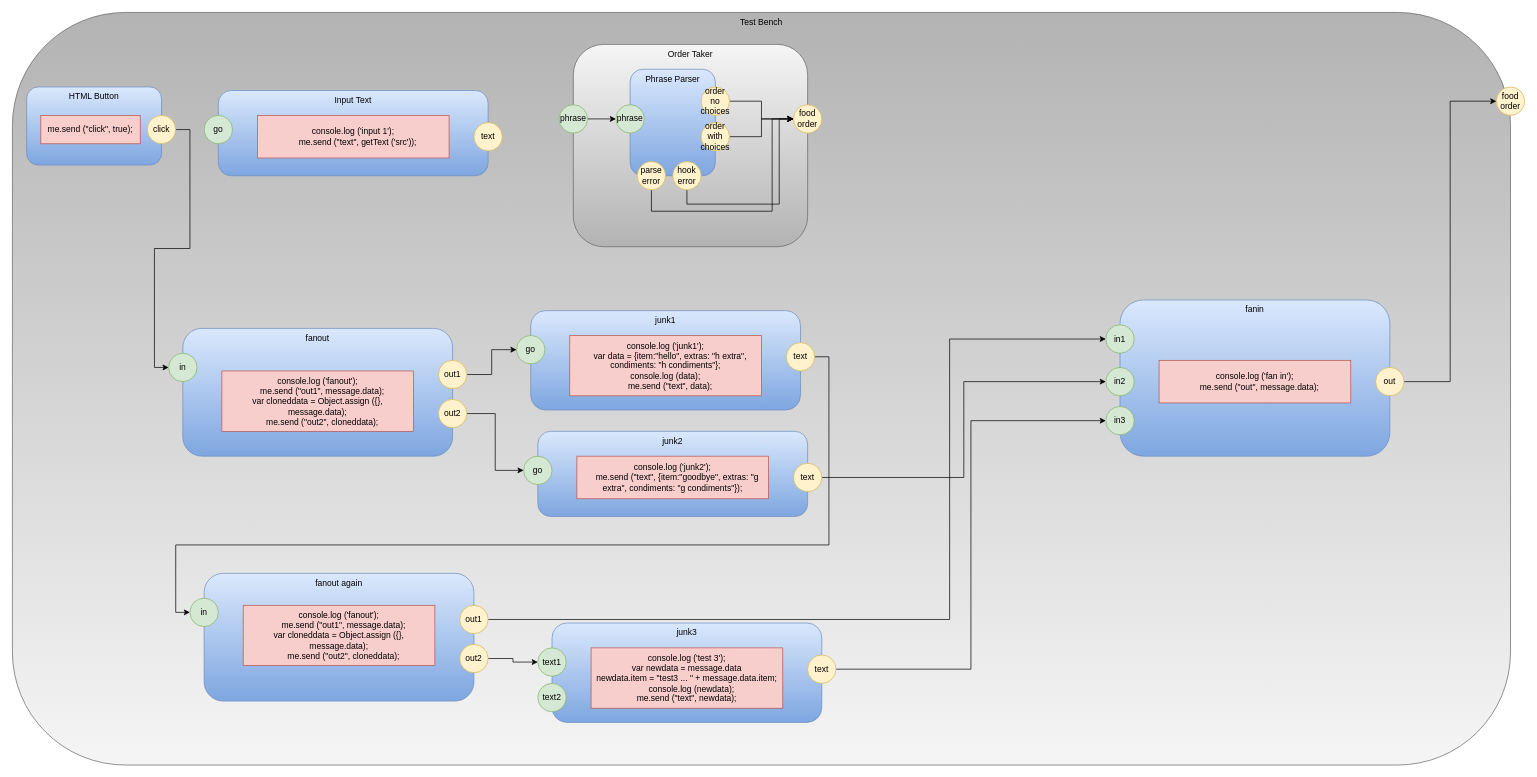
guitarvydas/hamburgerworkbenchD0D keeps this draw.io diagram as testbench.drawio. Above is the earlier version. Source tidied: cells renumbered, new cells numbered last; positions are measured from the earlier drawing's top-left corner, leaving out a move shared by most shapes. Both pictures are drawn from the tidied source at 71%, with x=0, y=0 at pixel (12, 12).
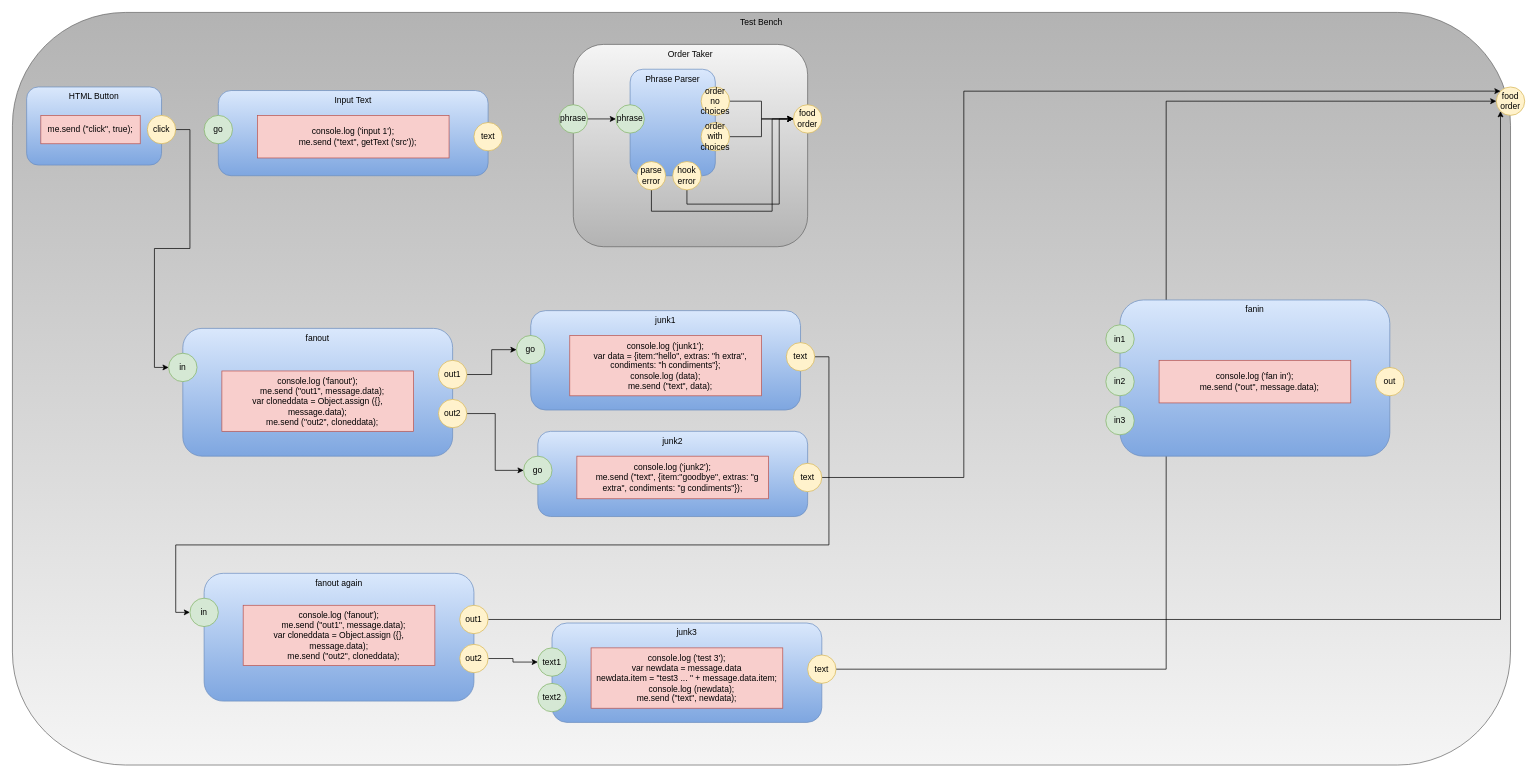
After the change.

The change refers to these unchanged cells:
```xml
<mxCell id="13" value="food order" style="ellipse;whiteSpace=wrap;html=1;fillColor=#fff2cc;strokeColor=#d6b656;" parent="1" vertex="1">
  <mxGeometry x="2090" y="105" width="40" height="40" as="geometry" />
</mxCell>
<mxCell id="33" value="text" style="ellipse;whiteSpace=wrap;html=1;fillColor=#fff2cc;strokeColor=#d6b656;" parent="1" vertex="1">
  <mxGeometry x="1100" y="635" width="40" height="40" as="geometry" />
</mxCell>
<mxCell id="38" value="text" style="ellipse;whiteSpace=wrap;html=1;fillColor=#fff2cc;strokeColor=#d6b656;" parent="1" vertex="1">
  <mxGeometry x="1120" y="905" width="40" height="40" as="geometry" />
</mxCell>
<mxCell id="51" value="out1" style="ellipse;whiteSpace=wrap;html=1;fillColor=#fff2cc;strokeColor=#d6b656;" parent="1" vertex="1">
  <mxGeometry x="630" y="835" width="40" height="40" as="geometry" />
</mxCell>
<mxCell id="57" value="out" style="ellipse;whiteSpace=wrap;html=1;fillColor=#fff2cc;strokeColor=#d6b656;" parent="1" vertex="1">
  <mxGeometry x="1920" y="500" width="40" height="40" as="geometry" />
</mxCell>
<mxCell id="58" value="in1" style="ellipse;whiteSpace=wrap;html=1;fillColor=#d5e8d4;strokeColor=#82b366;" parent="1" vertex="1">
  <mxGeometry x="1540" y="440" width="40" height="40" as="geometry" />
</mxCell>
<mxCell id="60" value="in2" style="ellipse;whiteSpace=wrap;html=1;fillColor=#d5e8d4;strokeColor=#82b366;" parent="1" vertex="1">
  <mxGeometry x="1540" y="500" width="40" height="40" as="geometry" />
</mxCell>
<mxCell id="61" value="in3" style="ellipse;whiteSpace=wrap;html=1;fillColor=#d5e8d4;strokeColor=#82b366;" parent="1" vertex="1">
  <mxGeometry x="1540" y="555" width="40" height="40" as="geometry" />
</mxCell>
```

The edit, as a diff of the source:
```diff
@@
-    <mxCell id="32" style="edgeStyle=orthogonalEdgeStyle;rounded=0;jettySize=auto;html=1;exitX=1;exitY=0.5;exitDx=0;exitDy=0;entryX=0;entryY=0.5;entryDx=0;entryDy=0;" parent="1" edge="1" source="33" target="60">
-      <mxGeometry relative="1" as="geometry" />
-    </mxCell>
+    <mxCell id="63" style="edgeStyle=orthogonalEdgeStyle;rounded=0;jettySize=auto;html=1;exitX=1;exitY=0.5;exitDx=0;exitDy=0;entryX=0;entryY=0;entryDx=0;entryDy=0;" parent="1" edge="1" source="33" target="13">
+      <mxGeometry relative="1" as="geometry">
+        <Array as="points">
+          <mxPoint x="1340" y="655" />
+          <mxPoint x="1340" y="111" />
+        </Array>
+      </mxGeometry>
+    </mxCell>
@@
-    <mxCell id="37" style="edgeStyle=orthogonalEdgeStyle;rounded=0;jettySize=auto;html=1;exitX=1;exitY=0.5;exitDx=0;exitDy=0;entryX=0;entryY=0.5;entryDx=0;entryDy=0;" parent="1" edge="1" source="38" target="61">
-      <mxGeometry relative="1" as="geometry" />
-    </mxCell>
+    <mxCell id="64" style="edgeStyle=orthogonalEdgeStyle;rounded=0;jettySize=auto;html=1;exitX=1;exitY=0.5;exitDx=0;exitDy=0;entryX=0;entryY=0.5;entryDx=0;entryDy=0;" parent="1" edge="1" source="38" target="13">
+      <mxGeometry relative="1" as="geometry" />
+    </mxCell>
@@
-    <mxCell id="50" style="edgeStyle=orthogonalEdgeStyle;rounded=0;jettySize=auto;html=1;exitX=1;exitY=0.5;exitDx=0;exitDy=0;entryX=0;entryY=0.5;entryDx=0;entryDy=0;" parent="1" edge="1" source="51" target="58">
-      <mxGeometry relative="1" as="geometry">
-        <Array as="points">
-          <mxPoint x="1320" y="855" />
-          <mxPoint x="1320" y="460" />
-        </Array>
-      </mxGeometry>
-    </mxCell>
+    <mxCell id="65" style="edgeStyle=orthogonalEdgeStyle;rounded=0;jettySize=auto;html=1;exitX=1;exitY=0.5;exitDx=0;exitDy=0;entryX=0;entryY=1;entryDx=0;entryDy=0;" parent="1" edge="1" source="51" target="13">
+      <mxGeometry relative="1" as="geometry" />
+    </mxCell>
@@
-    <mxCell id="56" style="edgeStyle=orthogonalEdgeStyle;rounded=0;jettySize=auto;html=1;exitX=1;exitY=0.5;exitDx=0;exitDy=0;entryX=0;entryY=0.5;entryDx=0;entryDy=0;" parent="1" edge="1" source="57" target="13">
-      <mxGeometry relative="1" as="geometry" />
-    </mxCell>
```
